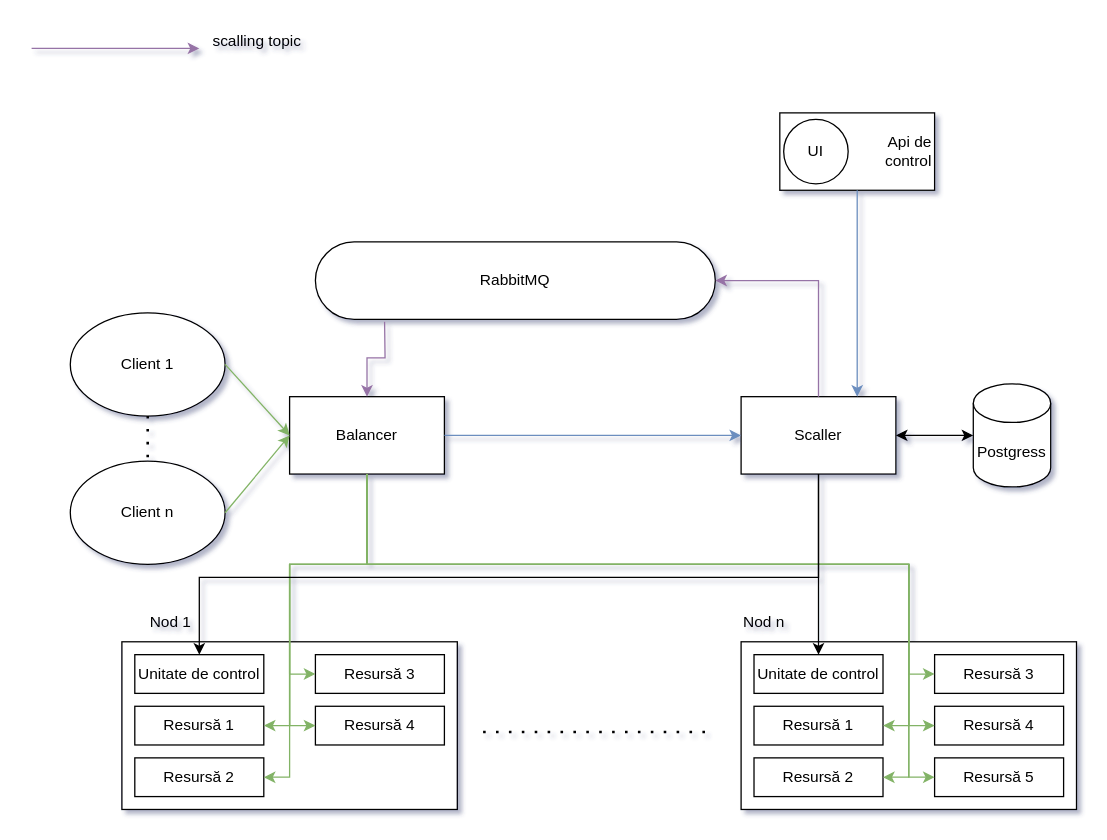
This is docs/sistem_architecture_new.drawio from robertstef116/balancer, a draw.io file, before an edit. Source tidied: cells renumbered, new cells numbered last; positions are measured from the earlier drawing's top-left corner, leaving out a move shared by most shapes. Both pictures are drawn from the tidied source at 129%, with x=0, y=0 at pixel (31, 22).
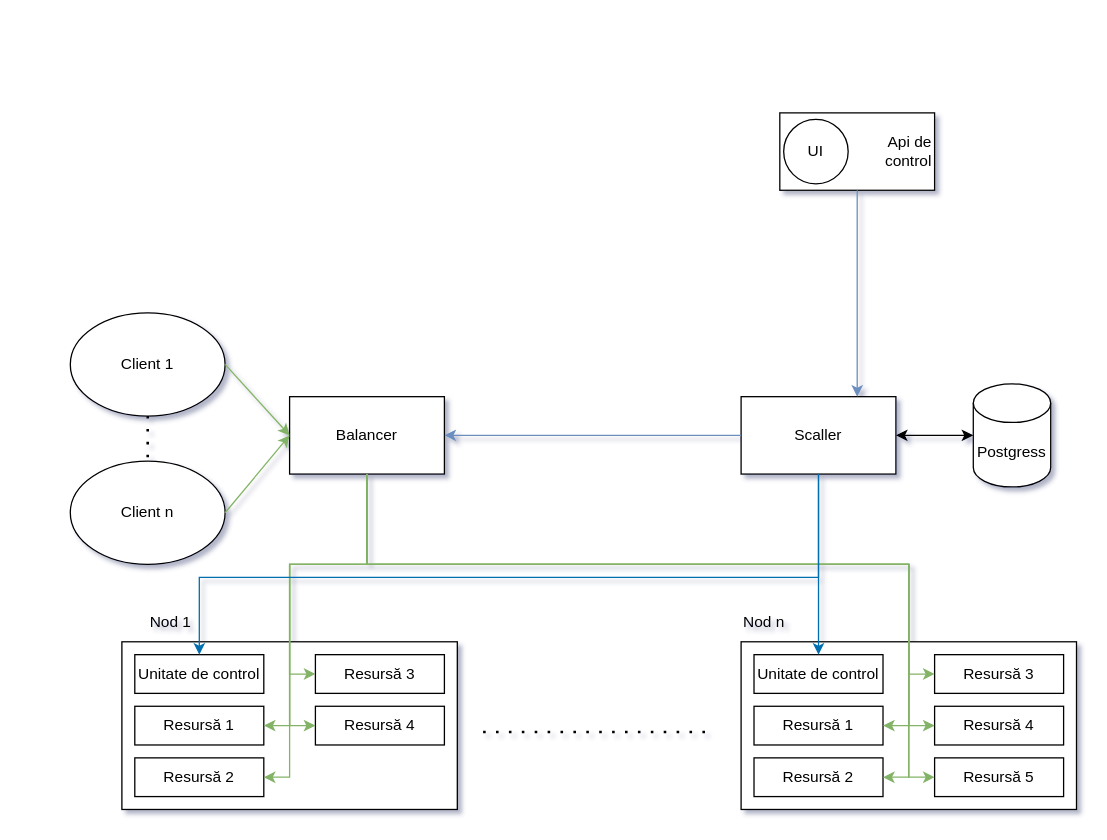
Above is the later version.

Unchanged cells that the change refers to:
```xml
<mxCell id="2" value="Balancer" style="rounded=0;whiteSpace=wrap;html=1;" parent="1" vertex="1">
  <mxGeometry x="200" y="290" width="120" height="60" as="geometry" />
</mxCell>
<mxCell id="6" value="Unitate de control" style="rounded=0;whiteSpace=wrap;html=1;" parent="1" vertex="1">
  <mxGeometry x="80" y="490" width="100" height="30" as="geometry" />
</mxCell>
<mxCell id="13" value="Unitate de control" style="rounded=0;whiteSpace=wrap;html=1;" parent="1" vertex="1">
  <mxGeometry x="560" y="490" width="100" height="30" as="geometry" />
</mxCell>
<mxCell id="32" value="Scaller" style="rounded=0;whiteSpace=wrap;html=1;" parent="1" vertex="1">
  <mxGeometry x="550" y="290" width="120" height="60" as="geometry" />
</mxCell>
```

Change to the diagram source:
```diff
@@
-    <mxCell id="33" value="RabbitMQ" style="rounded=1;whiteSpace=wrap;html=1;arcSize=50;" parent="1" vertex="1">
-      <mxGeometry x="220" y="170" width="310" height="60" as="geometry" />
-    </mxCell>
@@
-    <mxCell id="38" style="endArrow=classic;html=1;rounded=0;exitX=0.5;exitY=1;exitDx=0;exitDy=0;entryX=0.5;entryY=0;entryDx=0;entryDy=0;" parent="1" edge="1" source="32" target="13">
+    <mxCell id="38" style="endArrow=classic;html=1;rounded=0;exitX=0.5;exitY=1;exitDx=0;exitDy=0;entryX=0.5;entryY=0;entryDx=0;entryDy=0;fillColor=#1ba1e2;strokeColor=#006EAF;" parent="1" edge="1" source="32" target="13">
       <mxGeometry relative="1" as="geometry">
         <Array as="points">
           <mxPoint x="610" y="430" />
         </Array>
       </mxGeometry>
     </mxCell>
-    <mxCell id="39" style="endArrow=classic;html=1;rounded=0;exitX=0.5;exitY=1;exitDx=0;exitDy=0;entryX=0.5;entryY=0;entryDx=0;entryDy=0;" parent="1" edge="1" source="32" target="6">
+    <mxCell id="39" style="endArrow=classic;html=1;rounded=0;exitX=0.5;exitY=1;exitDx=0;exitDy=0;entryX=0.5;entryY=0;entryDx=0;entryDy=0;fillColor=#1ba1e2;strokeColor=#006EAF;" parent="1" edge="1" source="32" target="6">
       <mxGeometry relative="1" as="geometry">
         <Array as="points">
           <mxPoint x="610" y="430" />
           <mxPoint x="130" y="430" />
         </Array>
       </mxGeometry>
     </mxCell>
-    <mxCell id="40" style="endArrow=classic;html=1;rounded=0;fillColor=#e1d5e7;strokeColor=#9673a6;" parent="1" edge="1">
-      <mxGeometry relative="1" as="geometry">
-        <mxPoint y="20" as="sourcePoint" />
-        <mxPoint x="130" y="20" as="targetPoint" />
-      </mxGeometry>
-    </mxCell>
-    <mxCell id="41" value="scalling topic" style="text;html=1;strokeColor=none;fillColor=none;align=center;verticalAlign=middle;whiteSpace=wrap;rounded=0;" parent="1" vertex="1">
-      <mxGeometry x="130" width="90" height="30" as="geometry" />
-    </mxCell>
@@
-    <mxCell id="43" style="endArrow=classic;html=1;rounded=0;exitX=0.5;exitY=0;exitDx=0;exitDy=0;entryX=1;entryY=0.5;entryDx=0;entryDy=0;fillColor=#e1d5e7;strokeColor=#9673a6;" parent="1" edge="1" source="32" target="33">
-      <mxGeometry relative="1" as="geometry">
-        <Array as="points">
-          <mxPoint x="610" y="270" />
-          <mxPoint x="610" y="200" />
-        </Array>
-      </mxGeometry>
-    </mxCell>
-    <mxCell id="44" style="endArrow=classic;html=1;rounded=0;exitX=0.173;exitY=1.032;exitDx=0;exitDy=0;entryX=0.5;entryY=0;entryDx=0;entryDy=0;fillColor=#e1d5e7;strokeColor=#9673a6;exitPerimeter=0;" parent="1" edge="1" source="33" target="2">
-      <mxGeometry relative="1" as="geometry">
-        <Array as="points">
-          <mxPoint x="274" y="260" />
-          <mxPoint x="260" y="260" />
-        </Array>
-      </mxGeometry>
-    </mxCell>
-    <mxCell id="45" style="endArrow=classic;html=1;rounded=0;fillColor=#dae8fc;strokeColor=#6c8ebf;exitX=1;exitY=0.5;exitDx=0;exitDy=0;entryX=0;entryY=0.5;entryDx=0;entryDy=0;" parent="1" edge="1" source="2" target="32">
+    <mxCell id="45" style="endArrow=classic;html=1;rounded=0;fillColor=#dae8fc;strokeColor=#6c8ebf;exitX=0;exitY=0.5;exitDx=0;exitDy=0;entryX=1;entryY=0.5;entryDx=0;entryDy=0;" parent="1" edge="1" source="32" target="2">
       <mxGeometry relative="1" as="geometry" />
     </mxCell>
```
